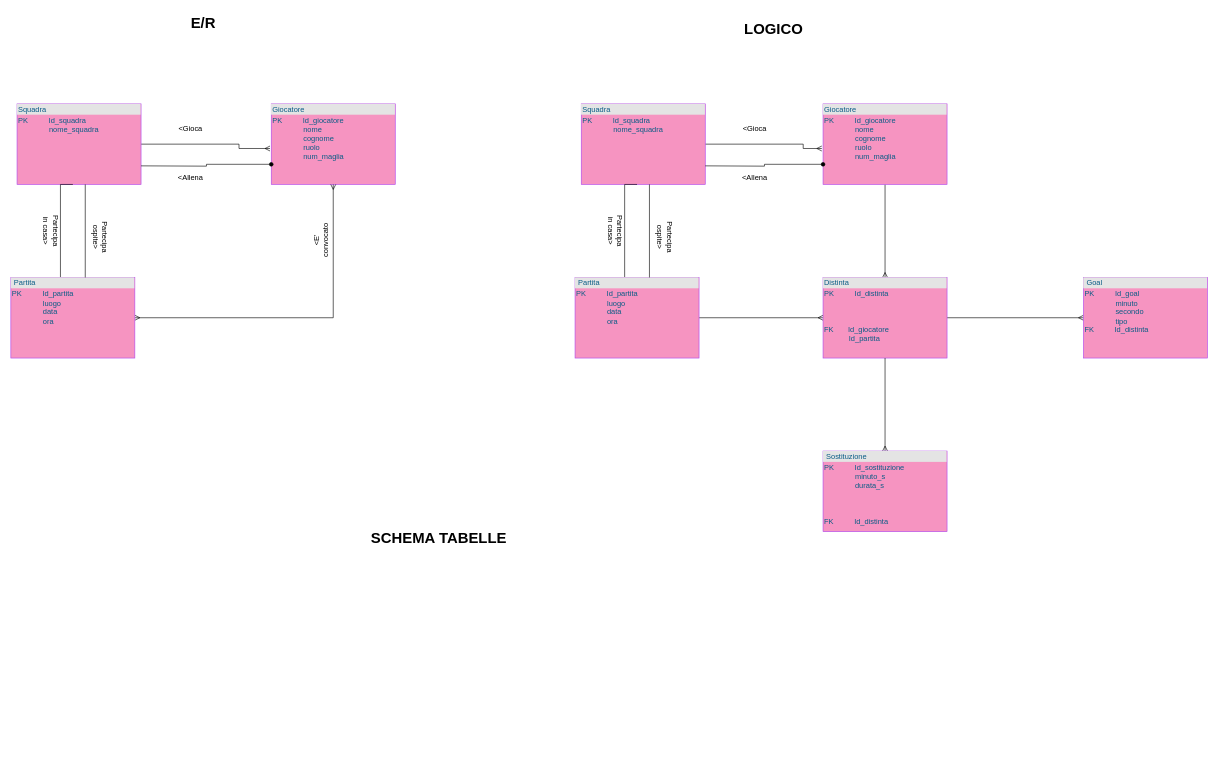
Above: Calcetto.drawio in giadaventurini-pixel/vivailmelita (draw.io), before the change. Source tidied: cells renumbered, new cells numbered last; positions are measured from the earlier drawing's top-left corner, leaving out a move shared by most shapes. Both pictures are drawn from the tidied source at 62%, with x=0, y=0 at pixel (11, 11).
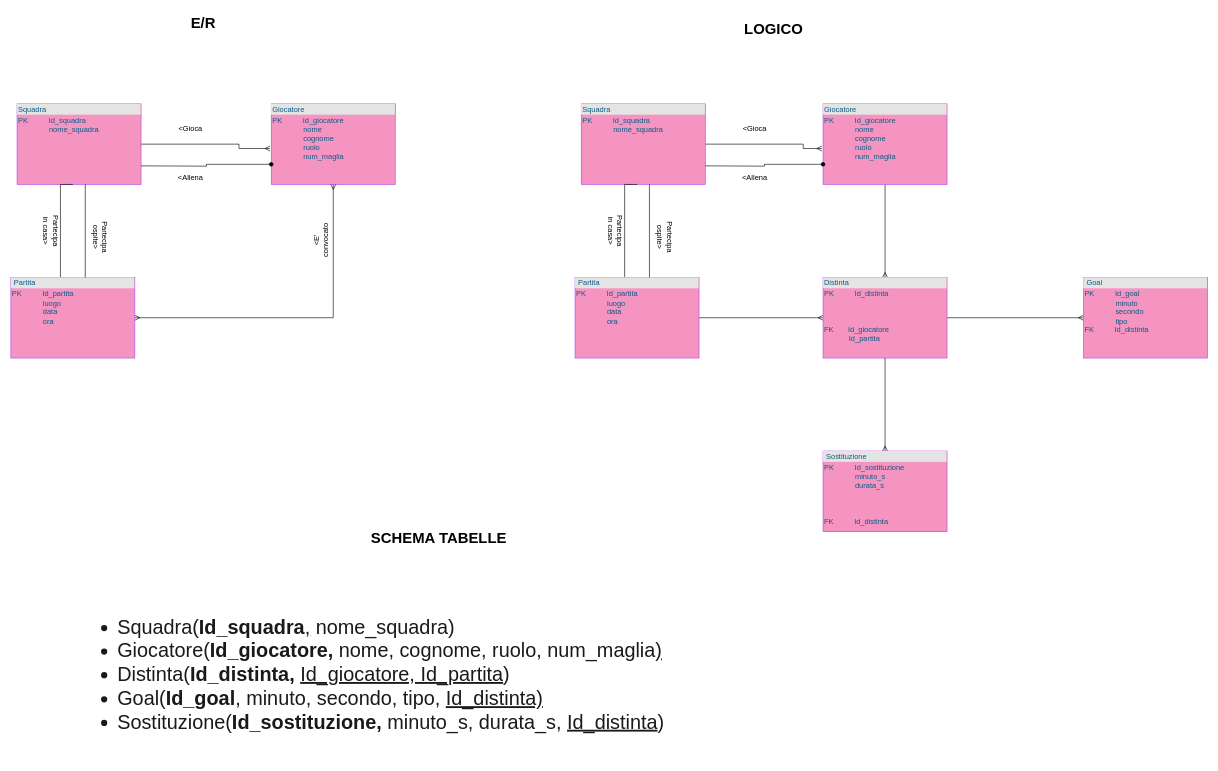
The same page after the edit.

Change to the diagram source:
```diff
@@
+    <mxCell id="36" value="&lt;ul style=&quot;font-size: 32px&quot;&gt;&lt;li style=&quot;font-size: 32px&quot;&gt;Squadra(&lt;b&gt;Id_squadra&lt;/b&gt;&lt;u&gt;,&lt;/u&gt;&amp;nbsp;nome_squadra)&lt;/li&gt;&lt;li style=&quot;font-size: 32px&quot;&gt;Giocatore(&lt;b&gt;Id_giocatore, &lt;/b&gt;nome, cognome, ruolo, num_maglia&lt;u&gt;)&lt;/u&gt;&lt;/li&gt;&lt;li style=&quot;font-size: 32px&quot;&gt;Distinta(&lt;b&gt;Id_distinta,&lt;/b&gt;&amp;nbsp;&lt;u&gt;Id_giocatore, Id_partita&lt;/u&gt;)&lt;/li&gt;&lt;li style=&quot;font-size: 32px&quot;&gt;Goal(&lt;b&gt;Id_goal&lt;/b&gt;&lt;u&gt;,&lt;/u&gt;&amp;nbsp;minuto, secondo, tipo, &lt;u&gt;Id_distinta)&lt;/u&gt;&lt;/li&gt;&lt;li style=&quot;font-size: 32px&quot;&gt;Sostituzione(&lt;b&gt;Id_sostituzione, &lt;/b&gt;minuto_s, durata_s, &lt;u&gt;Id_distinta&lt;/u&gt;)&lt;/li&gt;&lt;/ul&gt;" style="text;strokeColor=none;fillColor=none;html=1;whiteSpace=wrap;verticalAlign=middle;overflow=hidden;rounded=0;sketch=0;fontColor=#1A1A1A;fontSize=32;" parent="1" vertex="1">
+      <mxGeometry x="130" y="930" width="1320" height="280" as="geometry" />
+    </mxCell>
```
